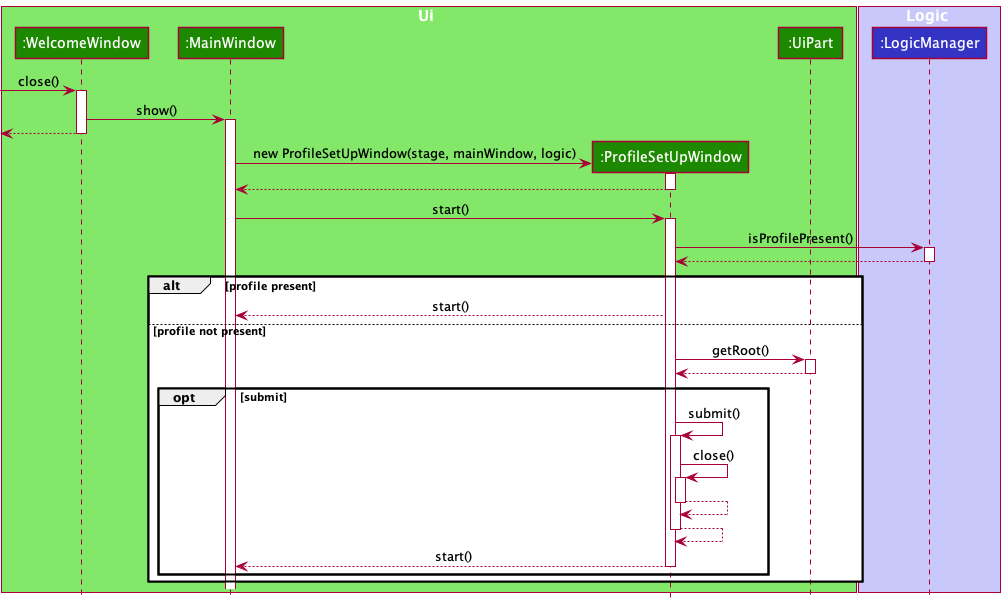
Earlier version of the PlantUML export docs/images/ProfileSetUpWindowSequenceDiagram.png (nus-cs2103-AY2122S1/tp).
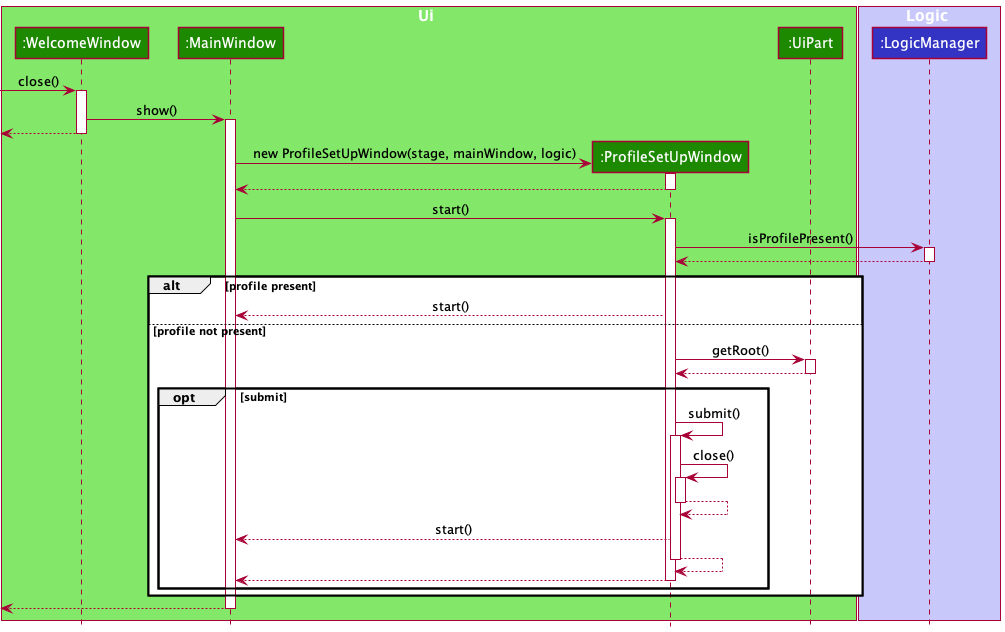
The same diagram one commit later.

The edit, as a diff of the source:
```diff
@@ -60,14 +60,19 @@
 ProfileSetUpWindow --> ProfileSetUpWindow
 deactivate ProfileSetUpWindow
 
+ProfileSetUpWindow --> MainWindow : start()
+
 ProfileSetUpWindow --> ProfileSetUpWindow
 deactivate ProfileSetUpWindow
 
-ProfileSetUpWindow --> MainWindow : start()
+ProfileSetUpWindow --> MainWindow
 deactivate ProfileSetUpWindow
 
 end
 
 end
 
+<-- MainWindow
+deactivate MainWindow
+
 @enduml
```
